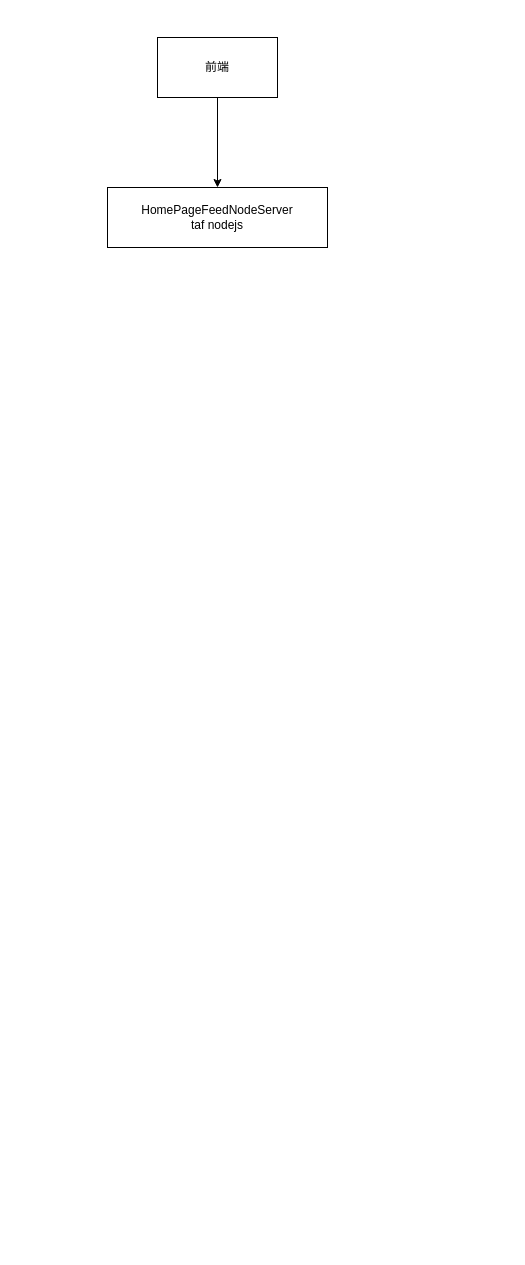
Above: Untitled Diagram.drawio in hsuchifeng/alg (draw.io), before the change. Source tidied: cells renumbered, new cells numbered last; positions are measured from the earlier drawing's top-left corner, leaving out a move shared by most shapes. Both pictures are drawn from the tidied source at 100%, with x=0, y=0 at pixel (107, 37).
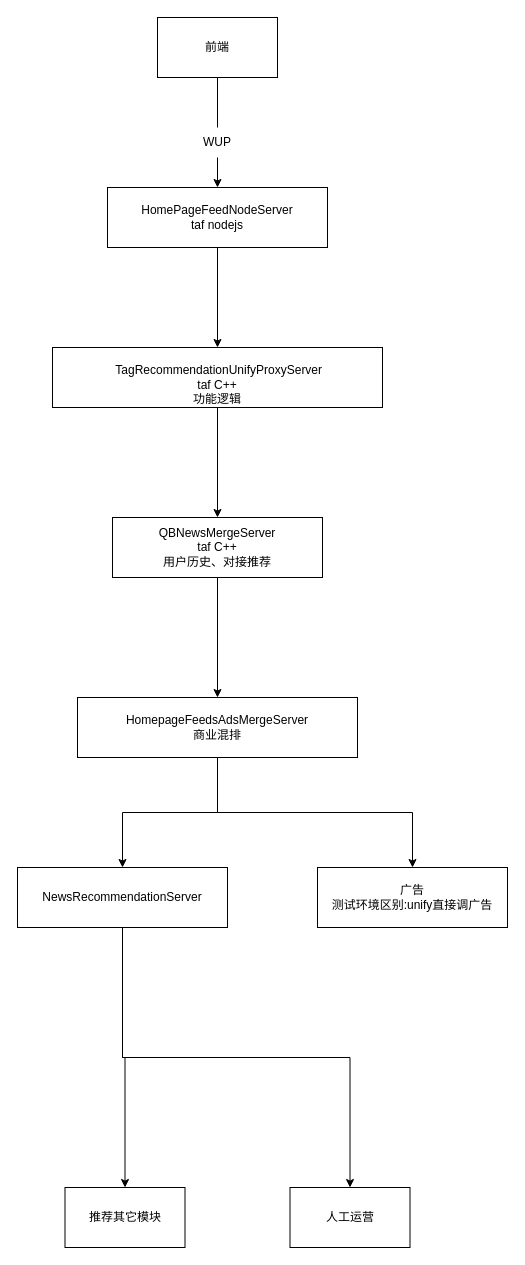
The same diagram, later.

The change refers to these unchanged cells:
```xml
<mxCell id="4" value="HomePageFeedNodeServer&lt;br&gt;taf nodejs" style="rounded=0;whiteSpace=wrap;html=1;" parent="1" vertex="1">
  <mxGeometry y="150" width="220" height="60" as="geometry" />
</mxCell>
```

Diff of the diagram source:
```diff
@@
-    <mxCell id="2" style="edgeStyle=orthogonalEdgeStyle;rounded=0;jettySize=auto;html=1;" parent="1" edge="1" source="3" target="4">
+    <mxCell id="2" style="edgeStyle=orthogonalEdgeStyle;rounded=0;jettySize=auto;html=1;startArrow=none;" parent="1" edge="1" source="6" target="4">
       <mxGeometry relative="1" as="geometry" />
     </mxCell>
     <mxCell id="3" value="前端" style="rounded=0;whiteSpace=wrap;html=1;" parent="1" vertex="1">
-      <mxGeometry x="50" width="120" height="60" as="geometry" />
+      <mxGeometry x="50" y="-20" width="120" height="60" as="geometry" />
     </mxCell>
+    <mxCell id="5" style="edgeStyle=orthogonalEdgeStyle;rounded=0;jettySize=auto;html=1;" parent="1" edge="1" source="4" target="9">
+      <mxGeometry relative="1" as="geometry" />
+    </mxCell>
@@
+    <mxCell id="6" value="WUP" style="text;html=1;strokeColor=none;fillColor=none;align=center;verticalAlign=middle;whiteSpace=wrap;rounded=0;" parent="1" vertex="1">
+      <mxGeometry x="80" y="90" width="60" height="30" as="geometry" />
+    </mxCell>
+    <mxCell id="7" style="edgeStyle=orthogonalEdgeStyle;rounded=0;jettySize=auto;html=1;endArrow=none;" parent="1" edge="1" source="3" target="6">
+      <mxGeometry relative="1" as="geometry" />
+    </mxCell>
+    <mxCell id="8" style="edgeStyle=orthogonalEdgeStyle;rounded=0;jettySize=auto;html=1;" parent="1" edge="1" source="9" target="11">
+      <mxGeometry relative="1" as="geometry" />
+    </mxCell>
+    <mxCell id="9" value="&lt;div&gt;&lt;br&gt;&lt;/div&gt;&lt;div&gt;&amp;nbsp;TagRecommendationUnifyProxyServer&lt;/div&gt;&lt;div&gt;taf C++&lt;/div&gt;&lt;div&gt;功能逻辑&lt;/div&gt;" style="whiteSpace=wrap;html=1;rounded=0;" parent="1" vertex="1">
+      <mxGeometry x="-55" y="310" width="330" height="60" as="geometry" />
+    </mxCell>
+    <mxCell id="10" style="edgeStyle=orthogonalEdgeStyle;rounded=0;jettySize=auto;html=1;" parent="1" edge="1" source="11" target="14">
+      <mxGeometry relative="1" as="geometry" />
+    </mxCell>
+    <mxCell id="11" value="QBNewsMergeServer&lt;br&gt;taf C++&lt;br&gt;用户历史、对接推荐" style="whiteSpace=wrap;html=1;fillColor=rgb(255, 255, 255);strokeColor=rgb(0, 0, 0);fontColor=rgb(0, 0, 0);rounded=0;" parent="1" vertex="1">
+      <mxGeometry x="5" y="480" width="210" height="60" as="geometry" />
+    </mxCell>
+    <mxCell id="12" style="edgeStyle=orthogonalEdgeStyle;rounded=0;jettySize=auto;html=1;" parent="1" edge="1" source="14" target="17">
+      <mxGeometry relative="1" as="geometry" />
+    </mxCell>
+    <mxCell id="13" style="edgeStyle=orthogonalEdgeStyle;rounded=0;jettySize=auto;html=1;" parent="1" edge="1" source="14" target="20">
+      <mxGeometry relative="1" as="geometry" />
+    </mxCell>
+    <mxCell id="14" value="HomepageFeedsAdsMergeServer&lt;br&gt;商业混排" style="whiteSpace=wrap;html=1;fillColor=rgb(255, 255, 255);strokeColor=rgb(0, 0, 0);fontColor=rgb(0, 0, 0);rounded=0;" parent="1" vertex="1">
+      <mxGeometry x="-30" y="660" width="280" height="60" as="geometry" />
+    </mxCell>
+    <mxCell id="15" style="edgeStyle=orthogonalEdgeStyle;rounded=0;jettySize=auto;html=1;" parent="1" edge="1" source="17" target="18">
+      <mxGeometry relative="1" as="geometry" />
+    </mxCell>
+    <mxCell id="16" style="edgeStyle=orthogonalEdgeStyle;rounded=0;jettySize=auto;html=1;exitX=0.5;exitY=1;exitDx=0;exitDy=0;" parent="1" edge="1" source="17" target="19">
+      <mxGeometry relative="1" as="geometry" />
+    </mxCell>
+    <mxCell id="17" value="NewsRecommendationServer" style="whiteSpace=wrap;html=1;fillColor=rgb(255, 255, 255);strokeColor=rgb(0, 0, 0);fontColor=rgb(0, 0, 0);rounded=0;" parent="1" vertex="1">
+      <mxGeometry x="-90" y="830" width="210" height="60" as="geometry" />
+    </mxCell>
+    <mxCell id="18" value="推荐其它模块" style="whiteSpace=wrap;html=1;fillColor=rgb(255, 255, 255);strokeColor=rgb(0, 0, 0);fontColor=rgb(0, 0, 0);rounded=0;" parent="1" vertex="1">
+      <mxGeometry x="-42.5" y="1150" width="120" height="60" as="geometry" />
+    </mxCell>
+    <mxCell id="19" value="人工运营" style="whiteSpace=wrap;html=1;fillColor=rgb(255, 255, 255);strokeColor=rgb(0, 0, 0);fontColor=rgb(0, 0, 0);rounded=0;" parent="1" vertex="1">
+      <mxGeometry x="182.5" y="1150" width="120" height="60" as="geometry" />
+    </mxCell>
+    <mxCell id="20" value="广告&lt;br&gt;测试环境区别:unify直接调广告" style="whiteSpace=wrap;html=1;fillColor=rgb(255, 255, 255);strokeColor=rgb(0, 0, 0);fontColor=rgb(0, 0, 0);rounded=0;" parent="1" vertex="1">
+      <mxGeometry x="210" y="830" width="190" height="60" as="geometry" />
+    </mxCell>
```
